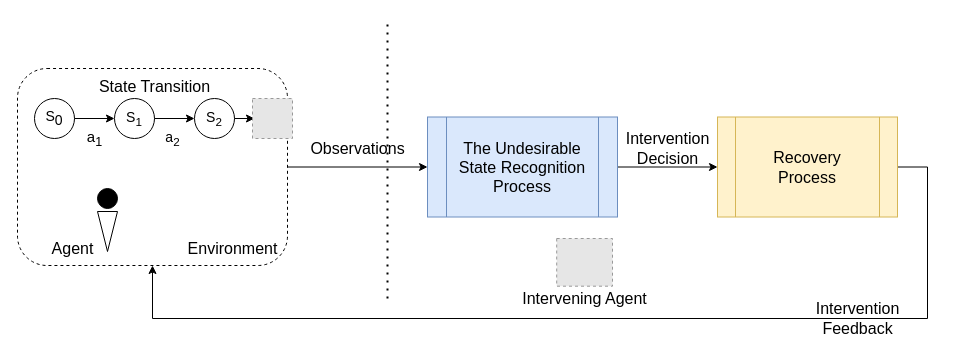
Earlier version of the draw.io diagram img/interventionrecognition.drawio (sachinisw/dissertation21). Source tidied: cells renumbered, new cells numbered last; positions are measured from the earlier drawing's top-left corner, leaving out a move shared by most shapes. Both pictures are drawn from the tidied source at 100%, with x=0, y=0 at pixel (17, 18). Pictures stored in the file or linked from it are replaced by grey dashed boxes.
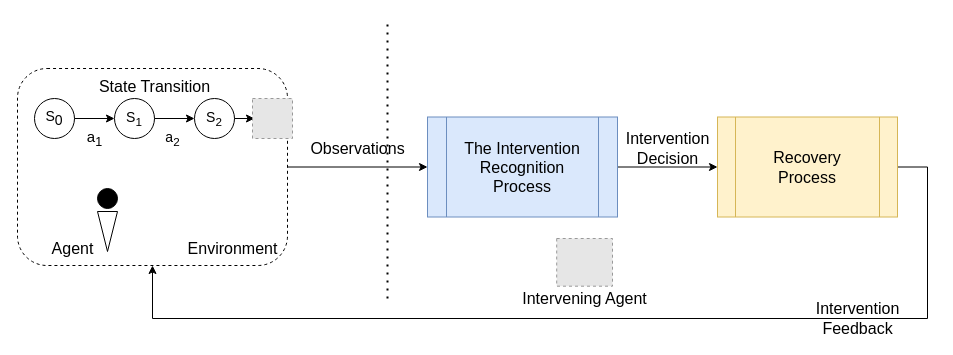
Above is the later version.

The edit, as a diff of the source:
```diff
@@
-    <mxCell id="18" value="&lt;div style=&quot;font-size: 16px;&quot;&gt;The Undesirable State Recognition&lt;/div&gt;&lt;div style=&quot;font-size: 16px;&quot;&gt;Process&lt;br style=&quot;font-size: 16px;&quot;&gt;&lt;/div&gt;" style="shape=process;whiteSpace=wrap;html=1;backgroundOutline=1;fillColor=#dae8fc;fontSize=16;strokeColor=#6c8ebf;" parent="1" vertex="1">
+    <mxCell id="18" value="&lt;div style=&quot;font-size: 16px&quot;&gt;The Intervention Recognition&lt;/div&gt;&lt;div style=&quot;font-size: 16px&quot;&gt;Process&lt;br style=&quot;font-size: 16px&quot;&gt;&lt;/div&gt;" style="shape=process;whiteSpace=wrap;html=1;backgroundOutline=1;fillColor=#dae8fc;fontSize=16;strokeColor=#6c8ebf;" parent="1" vertex="1">
       <mxGeometry x="410" y="98.5" width="190" height="100" as="geometry" />
     </mxCell>
```
